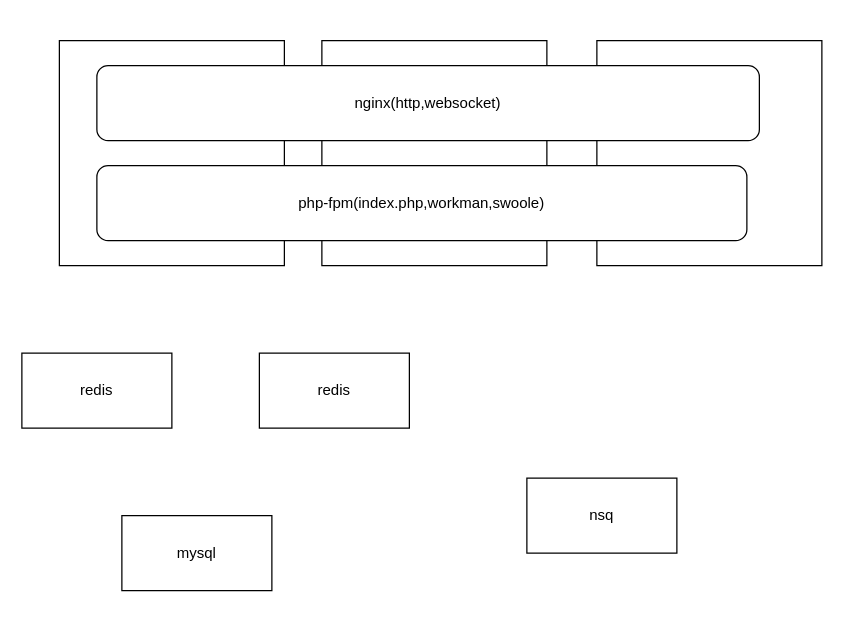
This is page "app" (1 of 2) of notes/app.drawio from glianyi/HBSTSG, a draw.io file, before an edit. Source tidied: cells renumbered, new cells numbered last; positions are measured from the earlier drawing's top-left corner, leaving out a move shared by most shapes. Both pictures are drawn from the tidied source at 125%, with x=0, y=0 at pixel (21, 40).
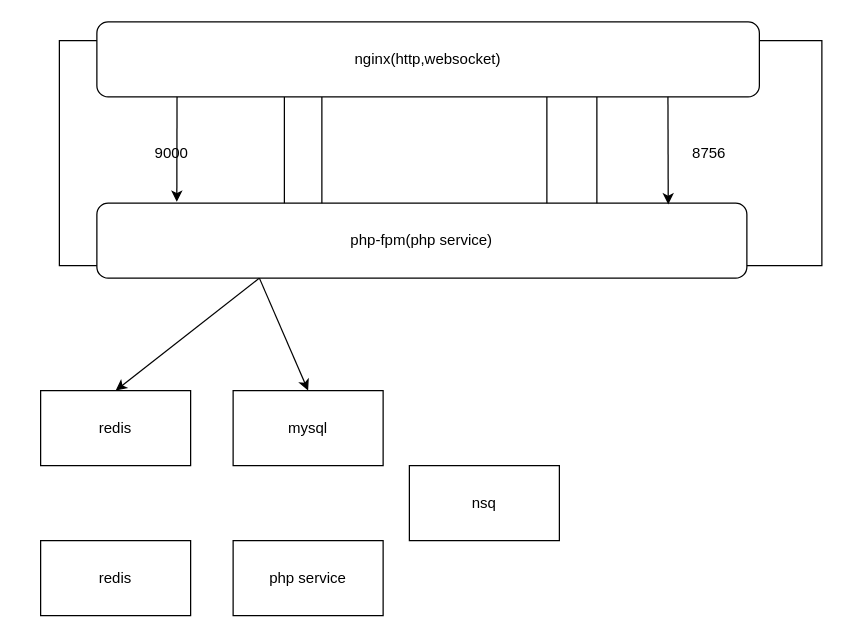
After the change.

What changed in the source:
```diff
@@
 <mxGraphModel>
   <root>
     <mxCell id="0" />
     <mxCell id="1" parent="0" />
-    <mxCell id="2" style="rounded=0;whiteSpace=wrap;html=1;" parent="1" vertex="1">
+    <mxCell id="2" value="9000" style="rounded=0;whiteSpace=wrap;html=1;" parent="1" vertex="1">
       <mxGeometry x="30" width="180" height="180" as="geometry" />
     </mxCell>
     <mxCell id="3" value="redis" style="rounded=0;whiteSpace=wrap;html=1;" parent="1" vertex="1">
-      <mxGeometry y="250" width="120" height="60" as="geometry" />
+      <mxGeometry x="15" y="280" width="120" height="60" as="geometry" />
     </mxCell>
     <mxCell id="4" value="redis" style="rounded=0;whiteSpace=wrap;html=1;" parent="1" vertex="1">
-      <mxGeometry x="190" y="250" width="120" height="60" as="geometry" />
+      <mxGeometry x="15" y="400" width="120" height="60" as="geometry" />
     </mxCell>
     <mxCell id="5" value="mysql" style="rounded=0;whiteSpace=wrap;html=1;" parent="1" vertex="1">
-      <mxGeometry x="80" y="380" width="120" height="60" as="geometry" />
+      <mxGeometry x="169" y="280" width="120" height="60" as="geometry" />
     </mxCell>
     <mxCell id="6" value="nsq" style="rounded=0;whiteSpace=wrap;html=1;" parent="1" vertex="1">
-      <mxGeometry x="404" y="350" width="120" height="60" as="geometry" />
+      <mxGeometry x="310" y="340" width="120" height="60" as="geometry" />
     </mxCell>
     <mxCell id="7" style="rounded=0;whiteSpace=wrap;html=1;" parent="1" vertex="1">
       <mxGeometry x="240" width="180" height="180" as="geometry" />
     </mxCell>
-    <mxCell id="8" style="rounded=0;whiteSpace=wrap;html=1;" parent="1" vertex="1">
+    <mxCell id="8" value="8756" style="rounded=0;whiteSpace=wrap;html=1;" parent="1" vertex="1">
       <mxGeometry x="460" width="180" height="180" as="geometry" />
     </mxCell>
     <mxCell id="9" value="nginx(http,websocket)" style="rounded=1;whiteSpace=wrap;html=1;" parent="1" vertex="1">
-      <mxGeometry x="60" y="20" width="530" height="60" as="geometry" />
+      <mxGeometry x="60" y="-15" width="530" height="60" as="geometry" />
     </mxCell>
-    <mxCell id="10" value="php-fpm(index.php,workman,swoole)" style="rounded=1;whiteSpace=wrap;html=1;" parent="1" vertex="1">
-      <mxGeometry x="60" y="100" width="520" height="60" as="geometry" />
+    <mxCell id="10" value="php-fpm(php service)" style="rounded=1;whiteSpace=wrap;html=1;" parent="1" vertex="1">
+      <mxGeometry x="60" y="130" width="520" height="60" as="geometry" />
     </mxCell>
+    <mxCell id="11" style="endArrow=classic;html=1;rounded=0;entryX=0.879;entryY=0.017;entryDx=0;entryDy=0;entryPerimeter=0;exitX=0.862;exitY=1;exitDx=0;exitDy=0;exitPerimeter=0;" parent="1" edge="1" source="9" target="10">
+      <mxGeometry relative="1" as="geometry" />
+    </mxCell>
+    <mxCell id="12" style="endArrow=classic;html=1;rounded=0;exitX=0.121;exitY=1;exitDx=0;exitDy=0;exitPerimeter=0;entryX=0.123;entryY=-0.017;entryDx=0;entryDy=0;entryPerimeter=0;" parent="1" edge="1" source="9" target="10">
+      <mxGeometry relative="1" as="geometry" />
+    </mxCell>
+    <mxCell id="13" style="endArrow=classic;html=1;rounded=0;entryX=0.5;entryY=0;entryDx=0;entryDy=0;exitX=0.25;exitY=1;exitDx=0;exitDy=0;" parent="1" edge="1" source="10" target="3">
+      <mxGeometry relative="1" as="geometry" />
+    </mxCell>
+    <mxCell id="14" style="endArrow=classic;html=1;rounded=0;entryX=0.5;entryY=0;entryDx=0;entryDy=0;" parent="1" edge="1" target="5">
+      <mxGeometry relative="1" as="geometry">
+        <mxPoint x="190" y="190" as="sourcePoint" />
+      </mxGeometry>
+    </mxCell>
+    <mxCell id="15" value="php service" style="rounded=0;whiteSpace=wrap;html=1;" parent="1" vertex="1">
+      <mxGeometry x="169" y="400" width="120" height="60" as="geometry" />
+    </mxCell>
   </root>
 </mxGraphModel>
```
